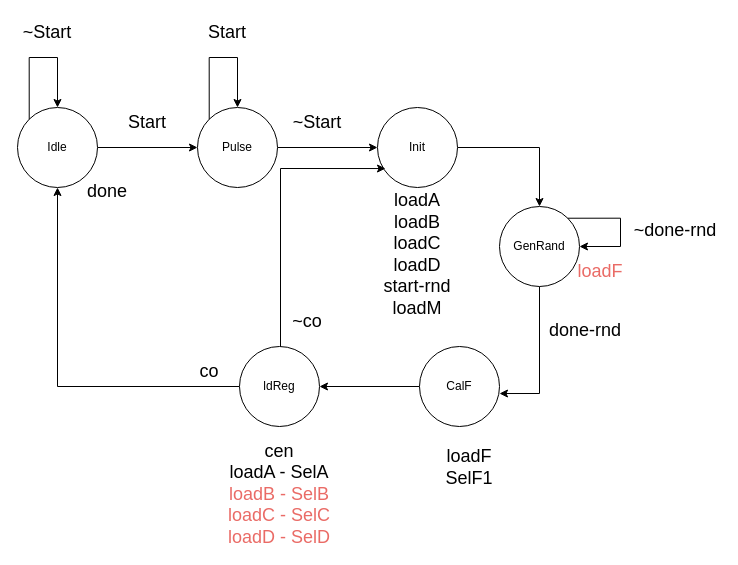
Before: CA1/Part2/Design/controller_part2.drawio in imSaDy/CAD, a draw.io diagram. Source tidied: cells renumbered, new cells numbered last; positions are measured from the earlier drawing's top-left corner, leaving out a move shared by most shapes. Both pictures are drawn from the tidied source at 100%, with x=0, y=0 at pixel (17, 17).
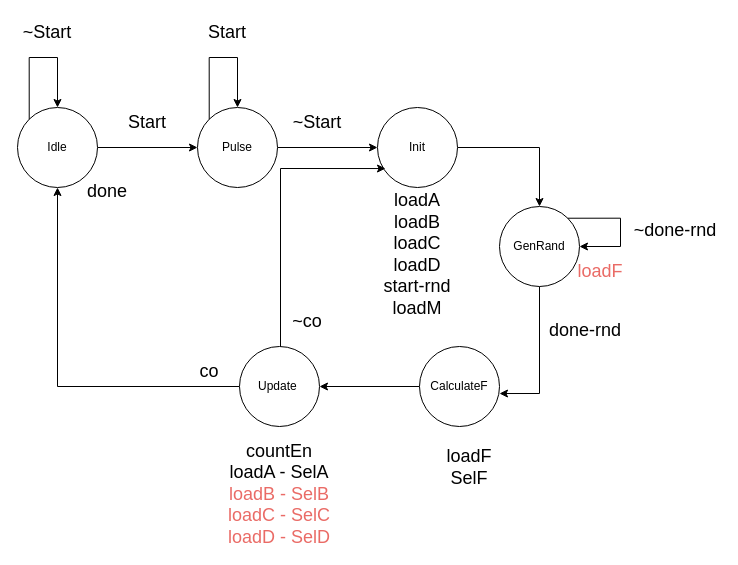
Above is the later version.

Diff of the diagram source:
```diff
@@
-    <mxCell id="9" value="CalF" style="ellipse;whiteSpace=wrap;html=1;" parent="1" vertex="1">
+    <mxCell id="9" value="CalculateF" style="ellipse;whiteSpace=wrap;html=1;" parent="1" vertex="1">
       <mxGeometry x="402" y="329" width="80" height="80" as="geometry" />
     </mxCell>
@@
-    <mxCell id="13" value="ldReg" style="ellipse;whiteSpace=wrap;html=1;" parent="1" vertex="1">
+    <mxCell id="13" value="Update&amp;nbsp;" style="ellipse;whiteSpace=wrap;html=1;" parent="1" vertex="1">
       <mxGeometry x="222" y="329" width="80" height="80" as="geometry" />
     </mxCell>
@@
-    <mxCell id="27" value="&lt;font style=&quot;color: light-dark(rgb(0, 0, 0), rgb(234, 107, 102));&quot;&gt;&lt;span style=&quot;font-size: 18px;&quot;&gt;loadF&lt;/span&gt;&lt;/font&gt;&lt;div&gt;&lt;font style=&quot;color: light-dark(rgb(0, 0, 0), rgb(234, 107, 102));&quot;&gt;&lt;span style=&quot;font-size: 18px;&quot;&gt;SelF1&lt;/span&gt;&lt;/font&gt;&lt;/div&gt;" style="text;html=1;align=center;verticalAlign=middle;whiteSpace=wrap;rounded=0;" parent="1" vertex="1">
+    <mxCell id="27" value="&lt;font style=&quot;color: light-dark(rgb(0, 0, 0), rgb(234, 107, 102));&quot;&gt;&lt;span style=&quot;font-size: 18px;&quot;&gt;loadF&lt;/span&gt;&lt;/font&gt;&lt;div&gt;&lt;font style=&quot;color: light-dark(rgb(0, 0, 0), rgb(234, 107, 102));&quot;&gt;&lt;span style=&quot;font-size: 18px;&quot;&gt;SelF&lt;/span&gt;&lt;/font&gt;&lt;/div&gt;" style="text;html=1;align=center;verticalAlign=middle;whiteSpace=wrap;rounded=0;" parent="1" vertex="1">
       <mxGeometry x="422" y="422" width="60" height="55" as="geometry" />
     </mxCell>
-    <mxCell id="28" value="&lt;div&gt;&lt;font style=&quot;color: light-dark(rgb(0, 0, 0), rgb(234, 107, 102));&quot;&gt;&lt;span style=&quot;font-size: 18px;&quot;&gt;cen&lt;/span&gt;&lt;/font&gt;&lt;/div&gt;&lt;font style=&quot;color: light-dark(rgb(0, 0, 0), rgb(234, 107, 102));&quot;&gt;&lt;span style=&quot;font-size: 18px;&quot;&gt;loadA - SelA&lt;/span&gt;&lt;/font&gt;&lt;div&gt;&lt;font color=&quot;#ea6b66&quot;&gt;&lt;span style=&quot;font-size: 18px;&quot;&gt;loadB - SelB&lt;/span&gt;&lt;/font&gt;&lt;/div&gt;&lt;div&gt;&lt;span style=&quot;color: rgb(234, 107, 102); font-size: 18px;&quot;&gt;loadC - SelC&lt;/span&gt;&lt;/div&gt;&lt;div&gt;&lt;span style=&quot;color: rgb(234, 107, 102); font-size: 18px;&quot;&gt;loadD - SelD&lt;/span&gt;&lt;span style=&quot;color: rgb(234, 107, 102); font-size: 18px;&quot;&gt;&lt;br&gt;&lt;/span&gt;&lt;/div&gt;" style="text;html=1;align=center;verticalAlign=middle;whiteSpace=wrap;rounded=0;" parent="1" vertex="1">
+    <mxCell id="28" value="&lt;div&gt;&lt;span style=&quot;font-size: 18px;&quot;&gt;countEn&lt;/span&gt;&lt;/div&gt;&lt;font style=&quot;color: light-dark(rgb(0, 0, 0), rgb(234, 107, 102));&quot;&gt;&lt;span style=&quot;font-size: 18px;&quot;&gt;loadA - SelA&lt;/span&gt;&lt;/font&gt;&lt;div&gt;&lt;font color=&quot;#ea6b66&quot;&gt;&lt;span style=&quot;font-size: 18px;&quot;&gt;loadB - SelB&lt;/span&gt;&lt;/font&gt;&lt;/div&gt;&lt;div&gt;&lt;span style=&quot;color: rgb(234, 107, 102); font-size: 18px;&quot;&gt;loadC - SelC&lt;/span&gt;&lt;/div&gt;&lt;div&gt;&lt;span style=&quot;color: rgb(234, 107, 102); font-size: 18px;&quot;&gt;loadD - SelD&lt;/span&gt;&lt;span style=&quot;color: rgb(234, 107, 102); font-size: 18px;&quot;&gt;&lt;br&gt;&lt;/span&gt;&lt;/div&gt;" style="text;html=1;align=center;verticalAlign=middle;whiteSpace=wrap;rounded=0;" parent="1" vertex="1">
       <mxGeometry x="197" y="449" width="130" height="55" as="geometry" />
     </mxCell>
```
